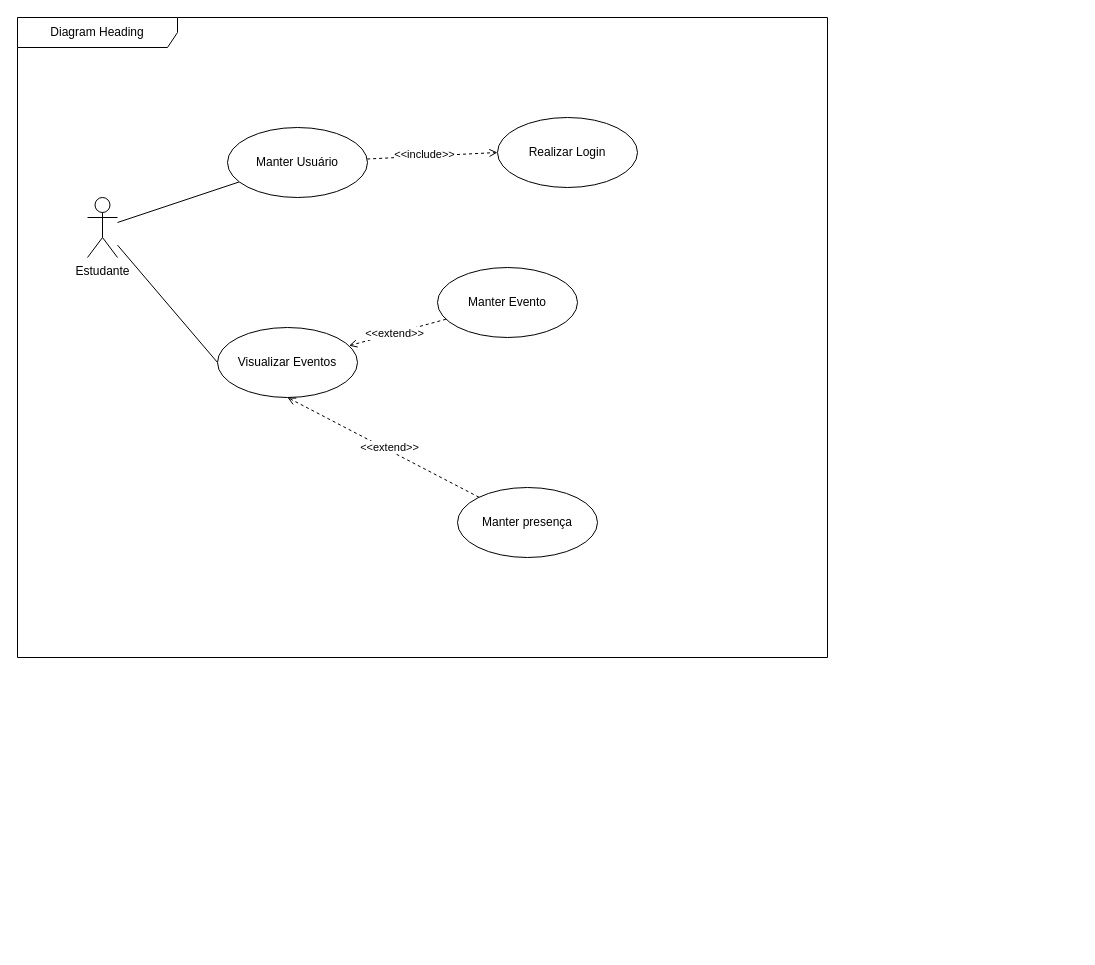
Earlier version of the draw.io diagram Draw.io/casos_de_uso_mobile_eventos.drawio (Organization-Meets/Meets_Docs). Source tidied: cells renumbered, new cells numbered last; positions are measured from the earlier drawing's top-left corner, leaving out a move shared by most shapes. Both pictures are drawn from the tidied source at 100%, with x=0, y=0 at pixel (17, 17).
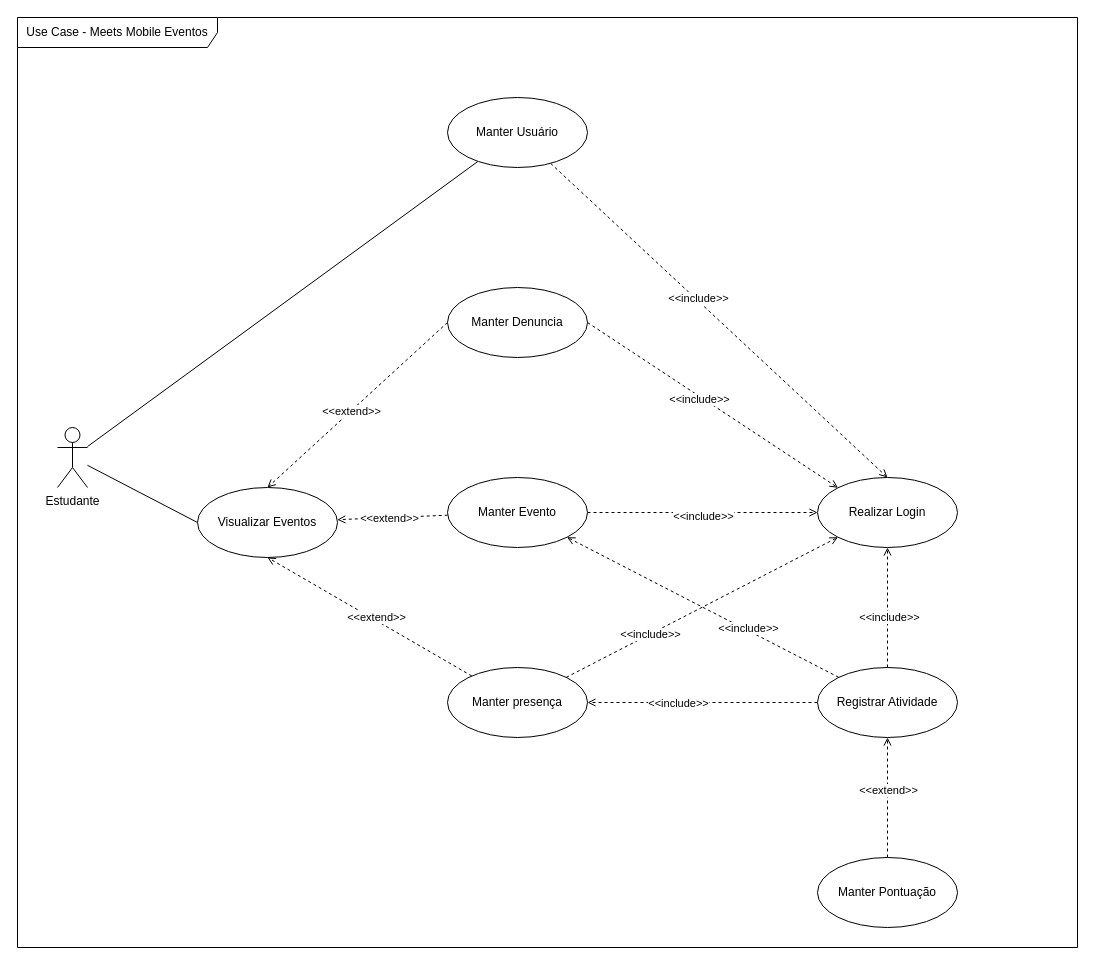
The same page after the edit.

Diff of the diagram source:
```diff
@@
-    <mxCell id="2" value="Diagram Heading" style="shape=umlFrame;whiteSpace=wrap;html=1;width=160;" parent="1" vertex="1">
-      <mxGeometry width="810" height="640" as="geometry" />
+    <mxCell id="2" value="Use Case - Meets Mobile Eventos" style="shape=umlFrame;whiteSpace=wrap;html=1;width=200;height=30;" parent="1" vertex="1">
+      <mxGeometry width="1060" height="930" as="geometry" />
     </mxCell>
@@
     <mxCell id="5" value="Estudante" style="shape=umlActor;html=1;verticalLabelPosition=bottom;verticalAlign=top;align=center;" parent="2" vertex="1">
-      <mxGeometry x="70" y="180" width="30" height="60" as="geometry" />
+      <mxGeometry x="40" y="410" width="30" height="60" as="geometry" />
     </mxCell>
-    <mxCell id="6" style="rounded=0;jettySize=auto;html=1;entryX=0;entryY=0.5;entryDx=0;entryDy=0;dashed=1;endArrow=open;endFill=0;" parent="2" edge="1" source="8" target="9">
+    <mxCell id="6" style="rounded=0;jettySize=auto;html=1;entryX=0.5;entryY=0;entryDx=0;entryDy=0;dashed=1;endArrow=open;endFill=0;" parent="2" edge="1" source="8" target="9">
       <mxGeometry relative="1" as="geometry" />
     </mxCell>
@@
     <mxCell id="8" value="Manter Usuário" style="ellipse;whiteSpace=wrap;html=1;" parent="2" vertex="1">
-      <mxGeometry x="210" y="110" width="140" height="70" as="geometry" />
+      <mxGeometry x="430" y="80" width="140" height="70" as="geometry" />
     </mxCell>
     <mxCell id="9" value="Realizar Login" style="ellipse;whiteSpace=wrap;html=1;" parent="2" vertex="1">
-      <mxGeometry x="480" y="100" width="140" height="70" as="geometry" />
+      <mxGeometry x="800" y="460" width="140" height="70" as="geometry" />
     </mxCell>
     <mxCell id="10" value="Visualizar Eventos" style="ellipse;whiteSpace=wrap;html=1;" parent="2" vertex="1">
-      <mxGeometry x="200" y="310" width="140" height="70" as="geometry" />
+      <mxGeometry x="180" y="470" width="140" height="70" as="geometry" />
     </mxCell>
@@
+    <mxCell id="17" style="rounded=0;jettySize=auto;html=1;endArrow=open;endFill=0;dashed=1;" parent="2" edge="1" source="13" target="9">
+      <mxGeometry relative="1" as="geometry" />
+    </mxCell>
+    <mxCell id="18" value="&amp;lt;&amp;lt;include&amp;gt;&amp;gt;" style="edgeLabel;html=1;align=center;verticalAlign=middle;" parent="17" vertex="1">
+      <mxGeometry y="-3" relative="1" as="geometry" />
+    </mxCell>
     <mxCell id="13" value="Manter Evento" style="ellipse;whiteSpace=wrap;html=1;" parent="2" vertex="1">
-      <mxGeometry x="420" y="250" width="140" height="70" as="geometry" />
+      <mxGeometry x="430" y="460" width="140" height="70" as="geometry" />
     </mxCell>
@@
+    <mxCell id="19" style="rounded=0;jettySize=auto;html=1;entryX=0;entryY=1;entryDx=0;entryDy=0;endArrow=open;endFill=0;dashed=1;" parent="2" edge="1" source="16" target="9">
+      <mxGeometry relative="1" as="geometry" />
+    </mxCell>
+    <mxCell id="20" value="&amp;lt;&amp;lt;include&amp;gt;&amp;gt;" style="edgeLabel;html=1;align=center;verticalAlign=middle;" parent="19" vertex="1">
+      <mxGeometry x="-0.16" y="-1" relative="1" as="geometry">
+        <mxPoint x="-30" y="14" as="offset" />
+      </mxGeometry>
+    </mxCell>
     <mxCell id="16" value="Manter presença" style="ellipse;whiteSpace=wrap;html=1;" parent="2" vertex="1">
-      <mxGeometry x="440" y="470" width="140" height="70" as="geometry" />
+      <mxGeometry x="430" y="650" width="140" height="70" as="geometry" />
     </mxCell>
+    <mxCell id="21" style="rounded=0;jettySize=auto;html=1;entryX=1;entryY=0.5;entryDx=0;entryDy=0;endArrow=open;endFill=0;dashed=1;" parent="2" edge="1" source="25" target="16">
+      <mxGeometry relative="1" as="geometry" />
+    </mxCell>
+    <mxCell id="22" value="&amp;lt;&amp;lt;include&amp;gt;&amp;gt;" style="edgeLabel;html=1;align=center;verticalAlign=middle;" parent="21" vertex="1">
+      <mxGeometry x="0.22" relative="1" as="geometry" />
+    </mxCell>
+    <mxCell id="23" style="rounded=0;jettySize=auto;html=1;entryX=1;entryY=1;entryDx=0;entryDy=0;endArrow=open;endFill=0;dashed=1;" parent="2" edge="1" source="25" target="13">
+      <mxGeometry relative="1" as="geometry" />
+    </mxCell>
+    <mxCell id="24" value="&amp;lt;&amp;lt;include&amp;gt;&amp;gt;" style="edgeLabel;html=1;align=center;verticalAlign=middle;" parent="23" vertex="1">
+      <mxGeometry x="-0.15" y="-1" relative="1" as="geometry">
+        <mxPoint x="24" y="11" as="offset" />
+      </mxGeometry>
+    </mxCell>
+    <mxCell id="25" value="Registrar Atividade" style="ellipse;whiteSpace=wrap;html=1;" parent="2" vertex="1">
+      <mxGeometry x="800" y="650" width="140" height="70" as="geometry" />
+    </mxCell>
+    <mxCell id="26" style="rounded=0;jettySize=auto;html=1;endArrow=open;endFill=0;dashed=1;entryX=0.5;entryY=1;entryDx=0;entryDy=0;exitX=0.5;exitY=0;exitDx=0;exitDy=0;" parent="2" edge="1" source="25" target="9">
+      <mxGeometry relative="1" as="geometry" />
+    </mxCell>
+    <mxCell id="27" value="&amp;lt;&amp;lt;include&amp;gt;&amp;gt;" style="edgeLabel;html=1;align=center;verticalAlign=middle;" parent="26" vertex="1">
+      <mxGeometry x="-0.15" y="-1" relative="1" as="geometry" />
+    </mxCell>
+    <mxCell id="28" style="rounded=0;jettySize=auto;html=1;entryX=0.5;entryY=1;entryDx=0;entryDy=0;endArrow=open;endFill=0;dashed=1;" parent="2" edge="1" source="30" target="25">
+      <mxGeometry relative="1" as="geometry" />
+    </mxCell>
+    <mxCell id="29" value="&amp;lt;&amp;lt;extend&amp;gt;&amp;gt;" style="edgeLabel;html=1;align=center;verticalAlign=middle;" parent="28" vertex="1">
+      <mxGeometry x="0.41" y="4" relative="1" as="geometry">
+        <mxPoint x="4" y="17" as="offset" />
+      </mxGeometry>
+    </mxCell>
+    <mxCell id="30" value="Manter Pontuação" style="ellipse;whiteSpace=wrap;html=1;" parent="2" vertex="1">
+      <mxGeometry x="800" y="840" width="140" height="70" as="geometry" />
+    </mxCell>
+    <mxCell id="31" style="rounded=0;jettySize=auto;html=1;entryX=0;entryY=0;entryDx=0;entryDy=0;exitX=1;exitY=0.5;exitDx=0;exitDy=0;dashed=1;endArrow=open;endFill=0;" parent="2" edge="1" source="33" target="9">
+      <mxGeometry relative="1" as="geometry" />
+    </mxCell>
+    <mxCell id="32" value="&amp;lt;&amp;lt;include&amp;gt;&amp;gt;" style="edgeLabel;html=1;align=center;verticalAlign=middle;" parent="31" vertex="1">
+      <mxGeometry x="-0.1" y="-3" relative="1" as="geometry" />
+    </mxCell>
+    <mxCell id="33" value="Manter Denuncia" style="ellipse;whiteSpace=wrap;html=1;" parent="2" vertex="1">
+      <mxGeometry x="430" y="270" width="140" height="70" as="geometry" />
+    </mxCell>
+    <mxCell id="34" style="rounded=0;jettySize=auto;html=1;endArrow=open;endFill=0;dashed=1;entryX=0.5;entryY=0;entryDx=0;entryDy=0;exitX=0;exitY=0.5;exitDx=0;exitDy=0;" parent="2" edge="1" source="33" target="10">
+      <mxGeometry relative="1" as="geometry" />
+    </mxCell>
+    <mxCell id="35" value="&amp;lt;&amp;lt;extend&amp;gt;&amp;gt;" style="edgeLabel;html=1;align=center;verticalAlign=middle;" parent="34" vertex="1">
+      <mxGeometry x="0.07" relative="1" as="geometry" />
+    </mxCell>
```
